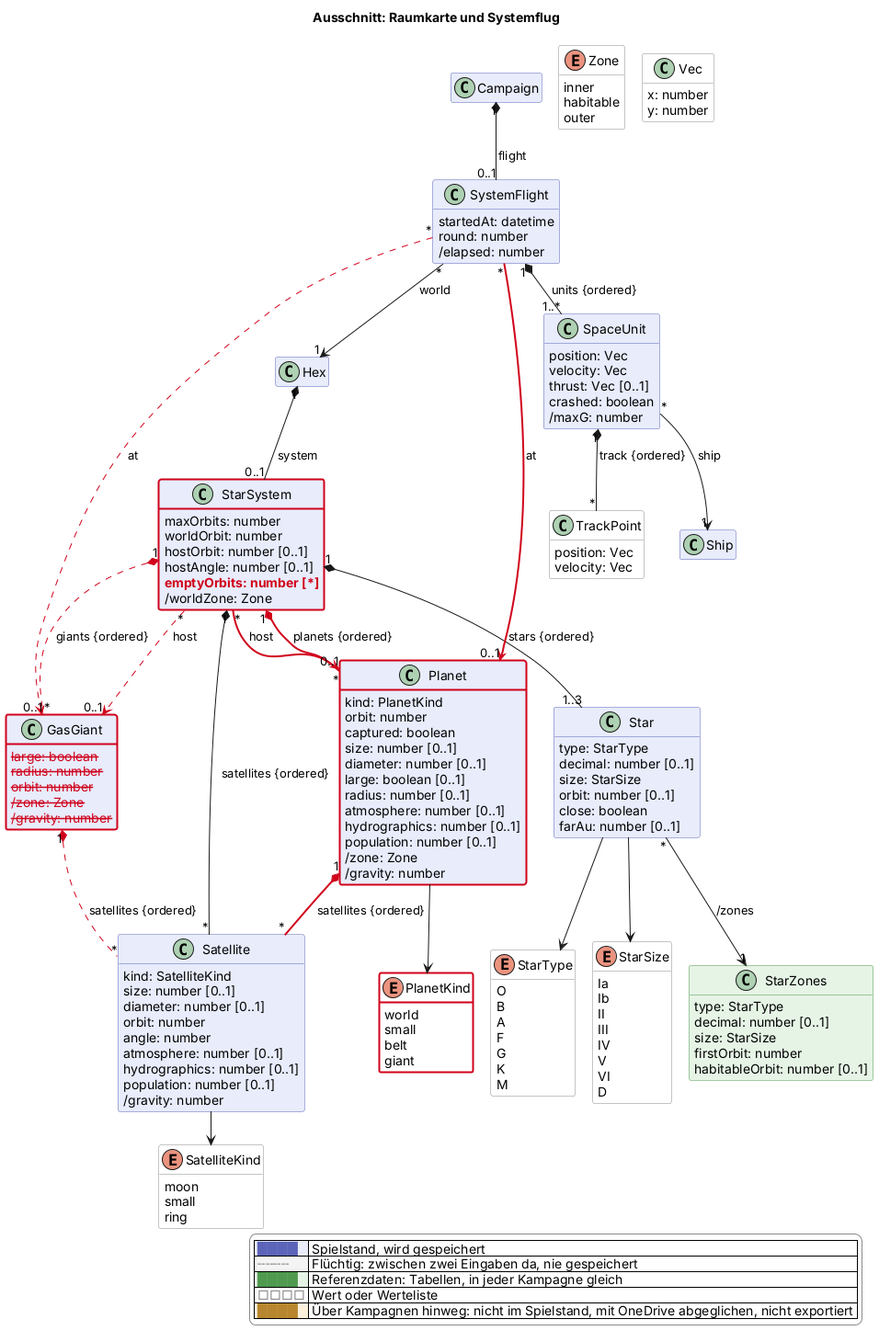
Above: docs/views/raum.png in scuzzar/SRE (PlantUML), before the change.
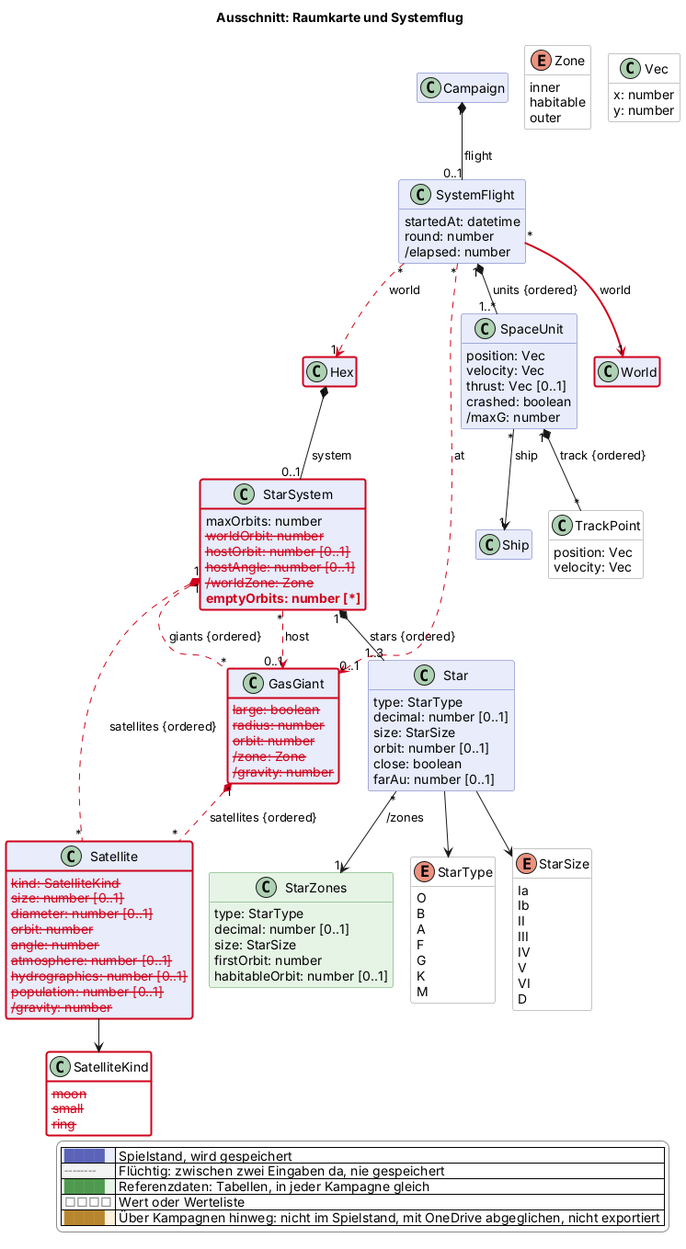
Later version of the same file.

What changed in the source:
```diff
@@ -80,11 +80,11 @@
   }
   class StarSystem $raum {
     maxOrbits: number
-    worldOrbit: number
-    hostOrbit: number [0..1]
-    hostAngle: number [0..1]
+    $gone("2026-11-20b", "worldOrbit: number")
+    $gone("2026-11-20b", "hostOrbit: number [0..1]")
+    $gone("2026-11-20b", "hostAngle: number [0..1]")
+    $gone("2026-11-20b", "/worldZone: Zone")
     $new("2026-11-20b", "emptyOrbits: number [*]")
-    /worldZone: Zone
   }
   class Star $raum {
     type: StarType
@@ -126,20 +126,20 @@
     habitableOrbit: number [0..1]
   }
   class Satellite $raum {
-    kind: SatelliteKind
-    size: number [0..1]
-    diameter: number [0..1]
-    orbit: number
-    angle: number
-    atmosphere: number [0..1]
-    hydrographics: number [0..1]
-    population: number [0..1]
-    /gravity: number
+    $gone("2026-11-20b", "kind: SatelliteKind")
+    $gone("2026-11-20b", "size: number [0..1]")
+    $gone("2026-11-20b", "diameter: number [0..1]")
+    $gone("2026-11-20b", "orbit: number")
+    $gone("2026-11-20b", "angle: number")
+    $gone("2026-11-20b", "atmosphere: number [0..1]")
+    $gone("2026-11-20b", "hydrographics: number [0..1]")
+    $gone("2026-11-20b", "population: number [0..1]")
+    $gone("2026-11-20b", "/gravity: number")
   }
   enum SatelliteKind <<value>> $raum {
-    moon
-    small
-    ring
+    $gone("2026-11-20b", "moon")
+    $gone("2026-11-20b", "small")
+    $gone("2026-11-20b", "ring")
   }
   class GasGiant $raum {
     $gone("2026-11-20b", "large: boolean")
@@ -147,26 +147,6 @@
     $gone("2026-11-20b", "orbit: number")
     $gone("2026-11-20b", "/zone: Zone")
     $gone("2026-11-20b", "/gravity: number")
-  }
-  class Planet $raum $newClass("2026-11-20b") {
-    kind: PlanetKind
-    orbit: number
-    captured: boolean
-    size: number [0..1]
-    diameter: number [0..1]
-    large: boolean [0..1]
-    radius: number [0..1]
-    atmosphere: number [0..1]
-    hydrographics: number [0..1]
-    population: number [0..1]
-    /zone: Zone
-    /gravity: number
-  }
-  enum PlanetKind <<value>> $raum $newClass("2026-11-20b") {
-    world
-    small
-    belt
-    giant
   }
   class SpaceUnit $raum {
     position: Vec
@@ -186,6 +166,7 @@
 
 
   class Hex $sektor
+  class World $sektor $newClass("2026-11-20b")
 
 
 
@@ -195,25 +176,21 @@
 
 
 Campaign "1" *-- "0..1" SystemFlight : flight
-SystemFlight "*" --> "1" Hex : world
+SystemFlight "*" -$goneArrow("2026-11-20b")-> "1" Hex : world
+SystemFlight "*" -$newArrow("2026-11-20b")-> "1" World : world
 SystemFlight "1" *-- "1..*" SpaceUnit : units {ordered}
 SpaceUnit "*" --> "1" Ship : ship
 SpaceUnit "1" *-- "*" TrackPoint : track {ordered}
 Hex "1" *-- "0..1" StarSystem : system
 StarSystem "1" *-- "1..3" Star : stars {ordered}
-StarSystem "1" *-- "*" Satellite : satellites {ordered}
+StarSystem "1" *-$goneArrow("2026-11-20b")- "*" Satellite : satellites {ordered}
 StarSystem "1" *-$goneArrow("2026-11-20b")- "*" GasGiant : giants {ordered}
 StarSystem "*" -$goneArrow("2026-11-20b")-> "0..1" GasGiant : host
-StarSystem "1" *-$newArrow("2026-11-20b")- "*" Planet : planets {ordered}
-StarSystem "*" -$newArrow("2026-11-20b")-> "0..1" Planet : host
-Planet "1" *-$newArrow("2026-11-20b")- "*" Satellite : satellites {ordered}
-Planet --> PlanetKind
 Star "*" --> "1" StarZones : /zones
 Star --> StarType
 Star --> StarSize
 SystemFlight "*" -$goneArrow("2026-11-20b")-> "0..1" GasGiant : at
 GasGiant "1" *-$goneArrow("2026-11-20b")- "*" Satellite : satellites {ordered}
-SystemFlight "*" -$newArrow("2026-11-20b")-> "0..1" Planet : at
 Satellite --> SatelliteKind
 
 
@@ -236,5 +213,8 @@
   |<#fdf1dc> <color:#b8862e>████</color> | Über Kampagnen hinweg: nicht im Spielstand, mit OneDrive abgeglichen, nicht exportiert |
 endlegend
 class StarSystem #line:d0021b;line.bold
+class Satellite #line:d0021b;line.bold
+class SatelliteKind #line:d0021b;line.bold
 class GasGiant #line:d0021b;line.bold
+class Hex #line:d0021b;line.bold
 @enduml
```
